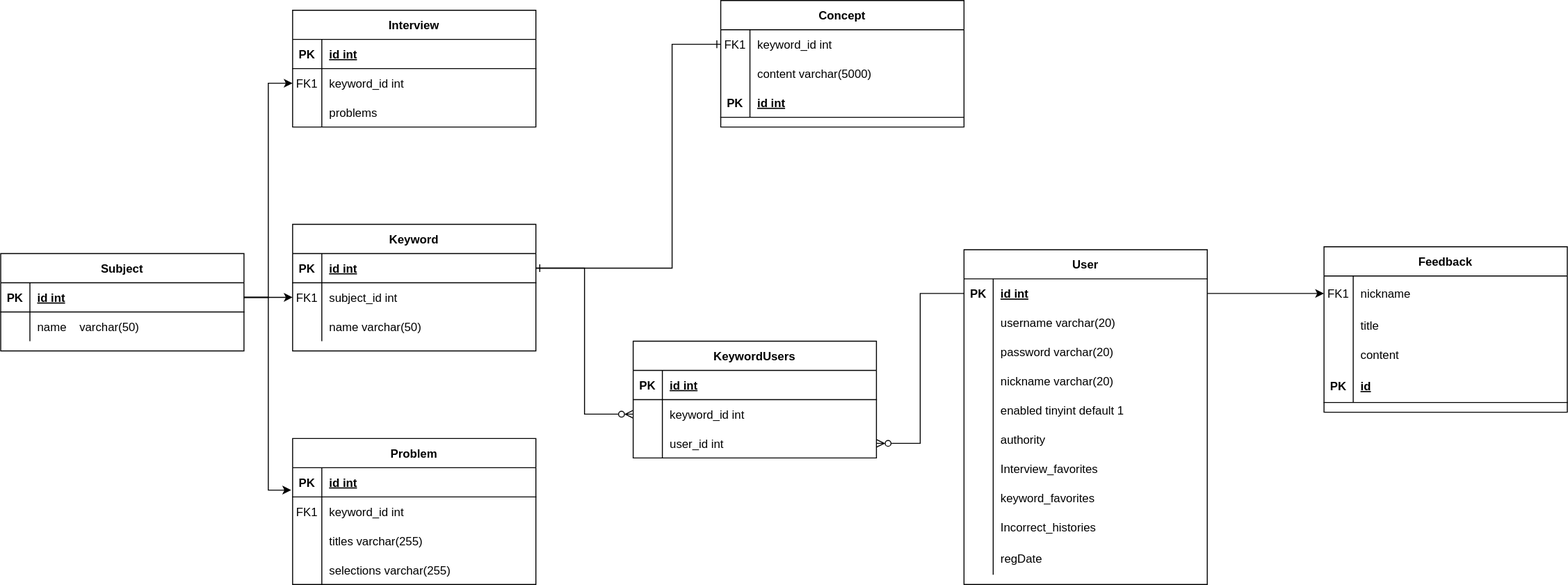
Above: src/document/thinkit_ERD.svg in jgm0327/ThinkIT- (draw.io), before the change. Source tidied: cells renumbered, new cells last; positions are measured from the earlier drawing's top-left corner, leaving out a move shared by most shapes.
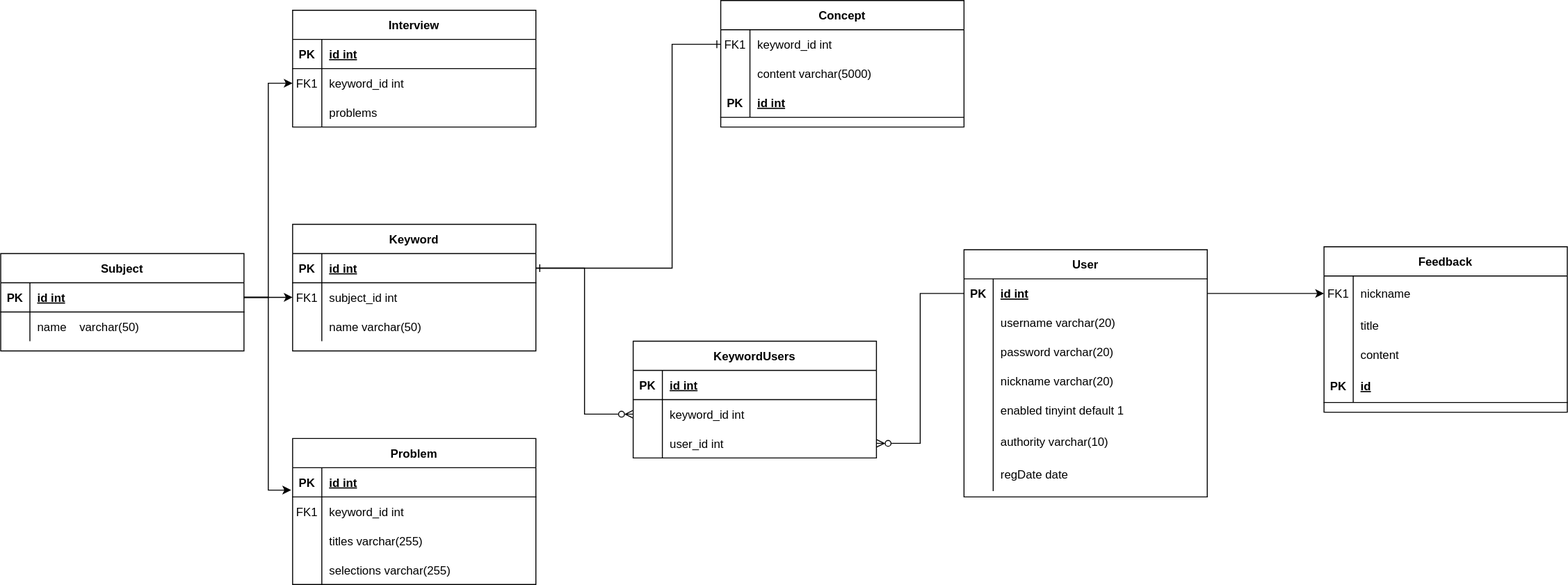
The same diagram one commit later.

Change to the diagram source:
```diff
@@ -170,7 +170,7 @@
       <mxGeometry relative="1" as="geometry" />
     </mxCell>
     <mxCell id="56" value="User" style="shape=table;startSize=30;rowLines=0;fontStyle=1;align=center;" parent="1" vertex="1">
-      <mxGeometry x="990" y="256" width="250" height="344" as="geometry" />
+      <mxGeometry x="990" y="256" width="250" height="254" as="geometry" />
     </mxCell>
     <mxCell id="57" style="shape=partialRectangle;fillColor=none;points=[[0,0.5],[1,0.5]];portConstraint=eastwest;top=0;left=0;right=0;bottom=0;" parent="56" vertex="1">
       <mxGeometry y="30" width="250" height="30" as="geometry" />
@@ -218,48 +218,21 @@
       <mxGeometry x="30" width="220" height="30" as="geometry" />
     </mxCell>
     <mxCell id="72" style="shape=partialRectangle;fillColor=none;top=0;left=0;right=0;bottom=0;" parent="56" vertex="1">
-      <mxGeometry y="180" width="250" height="30" as="geometry" />
+      <mxGeometry y="180" width="250" height="34" as="geometry" />
     </mxCell>
     <mxCell id="73" style="shape=partialRectangle;overflow=hidden;fillColor=none;top=0;left=0;bottom=0;right=0;" parent="72" vertex="1">
-      <mxGeometry width="30" height="30" as="geometry" />
+      <mxGeometry width="30" height="34" as="geometry" />
     </mxCell>
-    <mxCell id="74" value="authority" style="shape=partialRectangle;overflow=hidden;fillColor=none;top=0;left=0;bottom=0;right=0;align=left;spacingLeft=6;" parent="72" vertex="1">
-      <mxGeometry x="30" width="220" height="30" as="geometry" />
+    <mxCell id="74" value="authority varchar(10)" style="shape=partialRectangle;overflow=hidden;fillColor=none;top=0;left=0;bottom=0;right=0;align=left;spacingLeft=6;" parent="72" vertex="1">
+      <mxGeometry x="30" width="220" height="34" as="geometry" />
     </mxCell>
-    <mxCell id="75" style="shape=partialRectangle;fillColor=none;top=0;left=0;right=0;bottom=0;" parent="56" vertex="1">
-      <mxGeometry y="210" width="250" height="30" as="geometry" />
-    </mxCell>
-    <mxCell id="76" style="shape=partialRectangle;overflow=hidden;fillColor=none;top=0;left=0;bottom=0;right=0;" parent="75" vertex="1">
-      <mxGeometry width="30" height="30" as="geometry" />
-    </mxCell>
-    <mxCell id="77" value="Interview_favorites" style="shape=partialRectangle;overflow=hidden;fillColor=none;top=0;left=0;bottom=0;right=0;align=left;spacingLeft=6;" parent="75" vertex="1">
-      <mxGeometry x="30" width="220" height="30" as="geometry" />
-    </mxCell>
-    <mxCell id="78" style="shape=partialRectangle;fillColor=none;top=0;left=0;right=0;bottom=0;" parent="56" vertex="1">
-      <mxGeometry y="240" width="250" height="30" as="geometry" />
-    </mxCell>
-    <mxCell id="79" style="shape=partialRectangle;overflow=hidden;fillColor=none;top=0;left=0;bottom=0;right=0;" parent="78" vertex="1">
-      <mxGeometry width="30" height="30" as="geometry" />
-    </mxCell>
-    <mxCell id="80" value="keyword_favorites" style="shape=partialRectangle;overflow=hidden;fillColor=none;top=0;left=0;bottom=0;right=0;align=left;spacingLeft=6;" parent="78" vertex="1">
-      <mxGeometry x="30" width="220" height="30" as="geometry" />
-    </mxCell>
-    <mxCell id="81" style="shape=partialRectangle;fillColor=none;top=0;left=0;right=0;bottom=0;" parent="56" vertex="1">
-      <mxGeometry y="270" width="250" height="30" as="geometry" />
-    </mxCell>
-    <mxCell id="82" style="shape=partialRectangle;overflow=hidden;fillColor=none;top=0;left=0;bottom=0;right=0;" parent="81" vertex="1">
-      <mxGeometry width="30" height="30" as="geometry" />
-    </mxCell>
-    <mxCell id="83" value="Incorrect_histories" style="shape=partialRectangle;overflow=hidden;fillColor=none;top=0;left=0;bottom=0;right=0;align=left;spacingLeft=6;" parent="81" vertex="1">
-      <mxGeometry x="30" width="220" height="30" as="geometry" />
-    </mxCell>
     <mxCell id="84" style="shape=partialRectangle;fillColor=none;top=0;left=0;right=0;bottom=0;" parent="56" vertex="1">
-      <mxGeometry y="300" width="250" height="34" as="geometry" />
+      <mxGeometry y="214" width="250" height="34" as="geometry" />
     </mxCell>
     <mxCell id="85" style="shape=partialRectangle;overflow=hidden;fillColor=none;top=0;left=0;bottom=0;right=0;" parent="84" vertex="1">
       <mxGeometry width="30" height="34" as="geometry" />
     </mxCell>
-    <mxCell id="86" value="regDate" style="shape=partialRectangle;overflow=hidden;fillColor=none;top=0;left=0;bottom=0;right=0;align=left;spacingLeft=6;" parent="84" vertex="1">
+    <mxCell id="86" value="regDate date" style="shape=partialRectangle;overflow=hidden;fillColor=none;top=0;left=0;bottom=0;right=0;align=left;spacingLeft=6;" parent="84" vertex="1">
       <mxGeometry x="30" width="220" height="34" as="geometry" />
     </mxCell>
     <mxCell id="87" value="Feedback" style="shape=table;startSize=30;rowLines=0;fontStyle=1;align=center;" parent="1" vertex="1">
```
